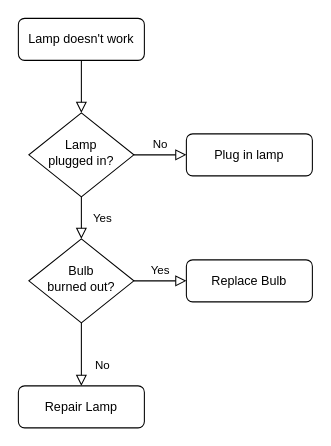
przesmak/flowchart keeps this draw.io diagram as MPM_verification.drawio. Above is the earlier version. Source tidied: cells renumbered, new cells numbered last; positions are measured from the earlier drawing's top-left corner, leaving out a move shared by most shapes. Both pictures are drawn from the tidied source at 105%, with x=0, y=0 at pixel (18, 18).
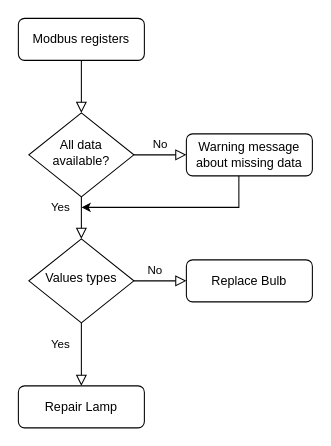
The same page after the edit.

What changed in the source:
```diff
@@
 <mxGraphModel>
   <root>
     <mxCell id="0" />
     <mxCell id="1" parent="0" />
     <mxCell id="2" style="rounded=0;html=1;jettySize=auto;fontSize=11;endArrow=block;endFill=0;endSize=8;strokeWidth=1;shadow=0;labelBackgroundColor=none;edgeStyle=orthogonalEdgeStyle;" parent="1" edge="1" source="3" target="6">
       <mxGeometry relative="1" as="geometry" />
     </mxCell>
-    <mxCell id="3" value="Lamp doesn't work" style="rounded=1;whiteSpace=wrap;html=1;fontSize=12;glass=0;strokeWidth=1;shadow=0;" parent="1" vertex="1">
+    <mxCell id="3" value="Modbus registers" style="rounded=1;whiteSpace=wrap;html=1;fontSize=12;glass=0;strokeWidth=1;shadow=0;" parent="1" vertex="1">
       <mxGeometry width="120" height="40" as="geometry" />
     </mxCell>
     <mxCell id="4" value="Yes" style="rounded=0;html=1;jettySize=auto;fontSize=11;endArrow=block;endFill=0;endSize=8;strokeWidth=1;shadow=0;labelBackgroundColor=none;edgeStyle=orthogonalEdgeStyle;" parent="1" edge="1" source="6" target="10">
-      <mxGeometry y="20" relative="1" as="geometry" />
+      <mxGeometry x="-0.5" y="-20" relative="1" as="geometry" />
     </mxCell>
     <mxCell id="5" value="No" style="edgeStyle=orthogonalEdgeStyle;rounded=0;html=1;jettySize=auto;fontSize=11;endArrow=block;endFill=0;endSize=8;strokeWidth=1;shadow=0;labelBackgroundColor=none;" parent="1" edge="1" source="6" target="7">
       <mxGeometry y="10" relative="1" as="geometry" />
     </mxCell>
-    <mxCell id="6" value="Lamp&lt;br&gt;plugged in?" style="rhombus;whiteSpace=wrap;html=1;shadow=0;fontFamily=Helvetica;fontSize=12;align=center;strokeWidth=1;spacing=6;spacingTop=-4;" parent="1" vertex="1">
+    <mxCell id="6" value="All data available?" style="rhombus;whiteSpace=wrap;html=1;shadow=0;fontFamily=Helvetica;fontSize=12;align=center;strokeWidth=1;spacing=6;spacingTop=-4;" parent="1" vertex="1">
       <mxGeometry x="10" y="90" width="100" height="80" as="geometry" />
     </mxCell>
+    <mxCell id="13" style="edgeStyle=orthogonalEdgeStyle;rounded=0;jettySize=auto;html=1;" parent="1" edge="1" source="7">
+      <mxGeometry relative="1" as="geometry">
+        <mxPoint x="60" y="180" as="targetPoint" />
+        <Array as="points">
+          <mxPoint x="210" y="180" />
+          <mxPoint x="60" y="180" />
+        </Array>
+      </mxGeometry>
+    </mxCell>
-    <mxCell id="7" value="Plug in lamp" style="rounded=1;whiteSpace=wrap;html=1;fontSize=12;glass=0;strokeWidth=1;shadow=0;" parent="1" vertex="1">
+    <mxCell id="7" value="Warning message about missing data" style="rounded=1;whiteSpace=wrap;html=1;fontSize=12;glass=0;strokeWidth=1;shadow=0;" parent="1" vertex="1">
       <mxGeometry x="160" y="110" width="120" height="40" as="geometry" />
     </mxCell>
     <mxCell id="8" value="No" style="rounded=0;html=1;jettySize=auto;fontSize=11;endArrow=block;endFill=0;endSize=8;strokeWidth=1;shadow=0;labelBackgroundColor=none;edgeStyle=orthogonalEdgeStyle;" parent="1" edge="1" source="10" target="11">
-      <mxGeometry x="0.33" y="20" relative="1" as="geometry" />
+      <mxGeometry x="-1" y="86" relative="1" as="geometry">
+        <mxPoint x="-16" y="-50" as="offset" />
+      </mxGeometry>
     </mxCell>
     <mxCell id="9" value="Yes" style="edgeStyle=orthogonalEdgeStyle;rounded=0;html=1;jettySize=auto;fontSize=11;endArrow=block;endFill=0;endSize=8;strokeWidth=1;shadow=0;labelBackgroundColor=none;" parent="1" edge="1" source="10" target="12">
-      <mxGeometry y="10" relative="1" as="geometry" />
+      <mxGeometry x="-1" y="-92" relative="1" as="geometry">
+        <mxPoint x="-70" y="-32" as="offset" />
+      </mxGeometry>
     </mxCell>
-    <mxCell id="10" value="Bulb&lt;br&gt;burned out?" style="rhombus;whiteSpace=wrap;html=1;shadow=0;fontFamily=Helvetica;fontSize=12;align=center;strokeWidth=1;spacing=6;spacingTop=-4;" parent="1" vertex="1">
+    <mxCell id="10" value="Values types" style="rhombus;whiteSpace=wrap;html=1;shadow=0;fontFamily=Helvetica;fontSize=12;align=center;strokeWidth=1;spacing=6;spacingTop=-4;" parent="1" vertex="1">
       <mxGeometry x="10" y="210" width="100" height="80" as="geometry" />
     </mxCell>
     <mxCell id="11" value="Repair Lamp" style="rounded=1;whiteSpace=wrap;html=1;fontSize=12;glass=0;strokeWidth=1;shadow=0;" parent="1" vertex="1">
       <mxGeometry y="350" width="120" height="40" as="geometry" />
     </mxCell>
     <mxCell id="12" value="Replace Bulb" style="rounded=1;whiteSpace=wrap;html=1;fontSize=12;glass=0;strokeWidth=1;shadow=0;" parent="1" vertex="1">
       <mxGeometry x="160" y="230" width="120" height="40" as="geometry" />
     </mxCell>
   </root>
 </mxGraphModel>
```
